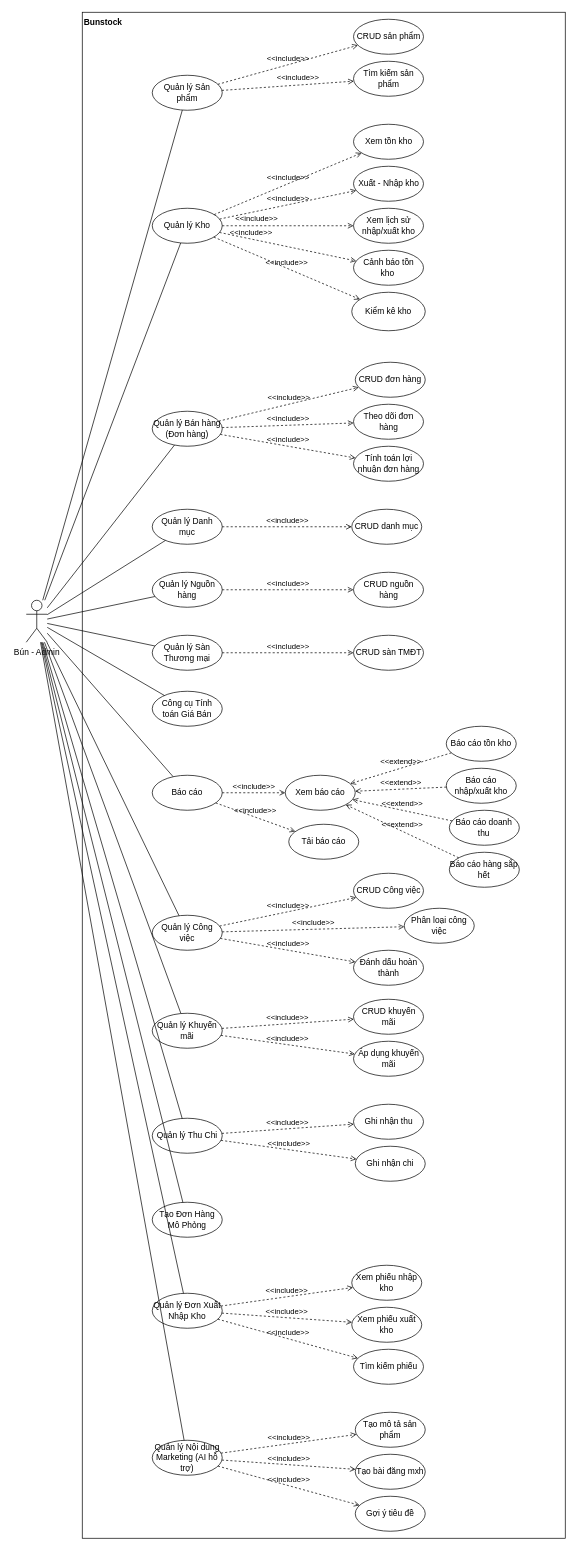
This is page "UC Diagram" (1 of 5) of Docs/Bunstock.drawio from ngoc-anh22/Bunstock, a draw.io file, before an edit. Source tidied: cells renumbered, new cells numbered last; positions are measured from the earlier drawing's top-left corner, leaving out a move shared by most shapes. Both pictures are drawn from the tidied source at 70%, with x=0, y=0 at pixel (26, 12).
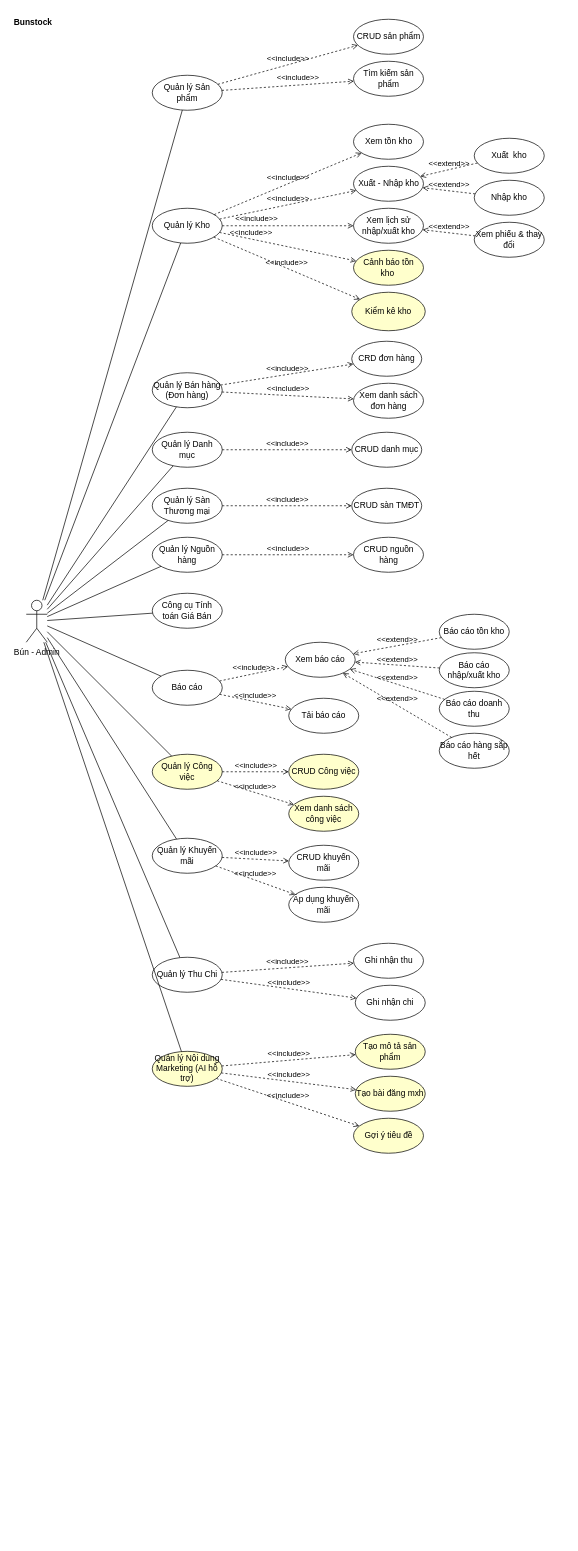
The same diagram, later.

The change refers to these unchanged cells:
```xml
<mxCell id="3" value="Bún - Admin" style="shape=umlActor;verticalLabelPosition=bottom;verticalAlign=top;html=1;outlineConnect=0;" parent="1" vertex="1">
  <mxGeometry y="840" width="30" height="60" as="geometry" />
</mxCell>
<mxCell id="29" value="Xuất - Nhập kho" style="ellipse;whiteSpace=wrap;html=1;" parent="1" vertex="1">
  <mxGeometry x="467.5" y="220" width="100" height="50" as="geometry" />
</mxCell>
<mxCell id="39" value="Xem lịch sử nhập/xuất kho" style="ellipse;whiteSpace=wrap;html=1;" parent="1" vertex="1">
  <mxGeometry x="467.5" y="280" width="100" height="50" as="geometry" />
</mxCell>
```

Diff of the diagram source:
```diff
@@
-    <mxCell id="2" style="rounded=0;whiteSpace=wrap;html=1;" parent="1" vertex="1">
-      <mxGeometry x="80" width="690" height="2180" as="geometry" />
-    </mxCell>
@@
     <mxCell id="4" value="&lt;b&gt;Bunstock&lt;/b&gt;" style="text;html=1;align=center;verticalAlign=middle;whiteSpace=wrap;rounded=0;" parent="1" vertex="1">
-      <mxGeometry x="80" width="60" height="30" as="geometry" />
+      <mxGeometry x="-20" width="60" height="30" as="geometry" />
     </mxCell>
@@
     <mxCell id="7" value="Quản lý Bán hàng (Đơn hàng)" style="ellipse;whiteSpace=wrap;html=1;" parent="1" vertex="1">
-      <mxGeometry x="180" y="570" width="100" height="50" as="geometry" />
+      <mxGeometry x="180" y="515" width="100" height="50" as="geometry" />
     </mxCell>
     <mxCell id="8" value="Quản lý Danh mục" style="ellipse;whiteSpace=wrap;html=1;" parent="1" vertex="1">
-      <mxGeometry x="180" y="710" width="100" height="50" as="geometry" />
+      <mxGeometry x="180" y="600" width="100" height="50" as="geometry" />
     </mxCell>
     <mxCell id="9" value="Quản lý Nguồn hàng" style="ellipse;whiteSpace=wrap;html=1;" parent="1" vertex="1">
-      <mxGeometry x="180" y="800" width="100" height="50" as="geometry" />
+      <mxGeometry x="180" y="750" width="100" height="50" as="geometry" />
     </mxCell>
-    <mxCell id="10" value="Quản lý Công việc" style="ellipse;whiteSpace=wrap;html=1;" parent="1" vertex="1">
-      <mxGeometry x="180" y="1290" width="100" height="50" as="geometry" />
+    <mxCell id="10" value="Quản lý Công việc" style="ellipse;whiteSpace=wrap;html=1;fillColor=#FFFFCC;" parent="1" vertex="1">
+      <mxGeometry x="180" y="1060" width="100" height="50" as="geometry" />
     </mxCell>
     <mxCell id="11" value="Báo cáo" style="ellipse;whiteSpace=wrap;html=1;" parent="1" vertex="1">
-      <mxGeometry x="180" y="1090" width="100" height="50" as="geometry" />
+      <mxGeometry x="180" y="940" width="100" height="50" as="geometry" />
     </mxCell>
     <mxCell id="12" value="Công cụ Tính toán Giá Bán" style="ellipse;whiteSpace=wrap;html=1;" parent="1" vertex="1">
-      <mxGeometry x="180" y="970" width="100" height="50" as="geometry" />
+      <mxGeometry x="180" y="830" width="100" height="50" as="geometry" />
     </mxCell>
     <mxCell id="13" value="Quản lý Sàn Thương mại" style="ellipse;whiteSpace=wrap;html=1;" parent="1" vertex="1">
-      <mxGeometry x="180" y="890" width="100" height="50" as="geometry" />
+      <mxGeometry x="180" y="680" width="100" height="50" as="geometry" />
     </mxCell>
     <mxCell id="14" value="Quản lý Khuyến mãi" style="ellipse;whiteSpace=wrap;html=1;" parent="1" vertex="1">
-      <mxGeometry x="180" y="1430" width="100" height="50" as="geometry" />
+      <mxGeometry x="180" y="1180" width="100" height="50" as="geometry" />
     </mxCell>
     <mxCell id="15" value="Quản lý Thu Chi" style="ellipse;whiteSpace=wrap;html=1;" parent="1" vertex="1">
-      <mxGeometry x="180" y="1580" width="100" height="50" as="geometry" />
+      <mxGeometry x="180" y="1350" width="100" height="50" as="geometry" />
     </mxCell>
-    <mxCell id="16" value="Tạo Đơn Hàng Mô Phỏng" style="ellipse;whiteSpace=wrap;html=1;" parent="1" vertex="1">
-      <mxGeometry x="180" y="1700" width="100" height="50" as="geometry" />
-    </mxCell>
-    <mxCell id="17" value="Quản lý Đơn Xuất Nhập Kho" style="ellipse;whiteSpace=wrap;html=1;" parent="1" vertex="1">
-      <mxGeometry x="180" y="1830" width="100" height="50" as="geometry" />
-    </mxCell>
-    <mxCell id="18" value="Quản lý Nội dung Marketing (AI hỗ trợ)" style="ellipse;whiteSpace=wrap;html=1;" parent="1" vertex="1">
-      <mxGeometry x="180" y="2040" width="100" height="50" as="geometry" />
+    <mxCell id="18" value="Quản lý Nội dung Marketing (AI hỗ trợ)" style="ellipse;whiteSpace=wrap;html=1;fillColor=#FFFFCC;" parent="1" vertex="1">
+      <mxGeometry x="180" y="1484.4" width="100" height="50" as="geometry" />
     </mxCell>
@@
-    <mxCell id="31" style="endArrow=none;html=1;rounded=0;" parent="1" edge="1" source="3" target="17">
-      <mxGeometry relative="1" as="geometry" />
-    </mxCell>
-    <mxCell id="32" style="endArrow=none;html=1;rounded=0;" parent="1" edge="1" source="3" target="16">
-      <mxGeometry relative="1" as="geometry" />
-    </mxCell>
@@
-    <mxCell id="40" value="Cảnh báo tồn kho&amp;nbsp;" style="ellipse;whiteSpace=wrap;html=1;" parent="1" vertex="1">
+    <mxCell id="40" value="Cảnh báo tồn kho&amp;nbsp;" style="ellipse;whiteSpace=wrap;html=1;fillColor=#FFFFCC;" parent="1" vertex="1">
       <mxGeometry x="467.5" y="340" width="100" height="50" as="geometry" />
     </mxCell>
-    <mxCell id="41" value="Kiểm kê kho" style="ellipse;whiteSpace=wrap;html=1;direction=south;" parent="1" vertex="1">
+    <mxCell id="41" value="Kiểm kê kho" style="ellipse;whiteSpace=wrap;html=1;direction=south;fillColor=#FFFFCC;" parent="1" vertex="1">
       <mxGeometry x="465" y="400" width="105" height="55" as="geometry" />
     </mxCell>
@@
-    <mxCell id="49" value="&amp;lt;&amp;lt;include&amp;gt;&amp;gt;" style="html=1;verticalAlign=bottom;labelBackgroundColor=none;endArrow=open;endFill=0;dashed=1;rounded=0;" parent="1" edge="1" source="7" target="55">
-      <mxGeometry relative="1" as="geometry" />
-    </mxCell>
@@
-    <mxCell id="52" value="CRUD đơn hàng" style="ellipse;whiteSpace=wrap;html=1;" parent="1" vertex="1">
-      <mxGeometry x="470" y="500" width="100" height="50" as="geometry" />
+    <mxCell id="52" value="CRD đơn hàng" style="ellipse;whiteSpace=wrap;html=1;" parent="1" vertex="1">
+      <mxGeometry x="465" y="470" width="100" height="50" as="geometry" />
     </mxCell>
@@
-    <mxCell id="54" value="Theo dõi đơn hàng" style="ellipse;whiteSpace=wrap;html=1;" parent="1" vertex="1">
-      <mxGeometry x="467.5" y="560" width="100" height="50" as="geometry" />
+    <mxCell id="54" value="Xem danh sách đơn hàng" style="ellipse;whiteSpace=wrap;html=1;" parent="1" vertex="1">
+      <mxGeometry x="467.5" y="530" width="100" height="50" as="geometry" />
     </mxCell>
-    <mxCell id="55" value="Tính toán lợi nhuận đơn hàng" style="ellipse;whiteSpace=wrap;html=1;" parent="1" vertex="1">
-      <mxGeometry x="467.5" y="620" width="100" height="50" as="geometry" />
-    </mxCell>
     <mxCell id="56" value="CRUD danh mục" style="ellipse;whiteSpace=wrap;html=1;" parent="1" vertex="1">
-      <mxGeometry x="465" y="710" width="100" height="50" as="geometry" />
+      <mxGeometry x="465" y="600" width="100" height="50" as="geometry" />
     </mxCell>
     <mxCell id="57" value="CRUD nguồn hàng" style="ellipse;whiteSpace=wrap;html=1;" parent="1" vertex="1">
-      <mxGeometry x="467.5" y="800" width="100" height="50" as="geometry" />
+      <mxGeometry x="467.5" y="750" width="100" height="50" as="geometry" />
     </mxCell>
     <mxCell id="58" value="CRUD sàn TMĐT" style="ellipse;whiteSpace=wrap;html=1;" parent="1" vertex="1">
-      <mxGeometry x="467.5" y="890" width="100" height="50" as="geometry" />
+      <mxGeometry x="465" y="680" width="100" height="50" as="geometry" />
     </mxCell>
-    <mxCell id="59" value="&amp;lt;&amp;lt;include&amp;gt;&amp;gt;" style="html=1;verticalAlign=bottom;labelBackgroundColor=none;endArrow=open;endFill=0;dashed=1;rounded=0;" parent="1" edge="1" source="17" target="85">
-      <mxGeometry relative="1" as="geometry" />
-    </mxCell>
@@
-    <mxCell id="65" value="&amp;lt;&amp;lt;include&amp;gt;&amp;gt;" style="html=1;verticalAlign=bottom;labelBackgroundColor=none;endArrow=open;endFill=0;dashed=1;rounded=0;" parent="1" edge="1" source="17" target="89">
-      <mxGeometry relative="1" as="geometry" />
-    </mxCell>
-    <mxCell id="66" value="&amp;lt;&amp;lt;include&amp;gt;&amp;gt;" style="html=1;verticalAlign=bottom;labelBackgroundColor=none;endArrow=open;endFill=0;dashed=1;rounded=0;" parent="1" edge="1" source="17" target="88">
-      <mxGeometry relative="1" as="geometry" />
-    </mxCell>
@@
-    <mxCell id="69" value="&amp;lt;&amp;lt;include&amp;gt;&amp;gt;" style="html=1;verticalAlign=bottom;labelBackgroundColor=none;endArrow=open;endFill=0;dashed=1;rounded=0;" parent="1" edge="1" source="10" target="82">
-      <mxGeometry relative="1" as="geometry" />
-    </mxCell>
@@
     <mxCell id="72" value="Báo cáo doanh thu" style="ellipse;whiteSpace=wrap;html=1;" parent="1" vertex="1">
-      <mxGeometry x="604.4" y="1140" width="100" height="50" as="geometry" />
+      <mxGeometry x="590" y="970" width="100" height="50" as="geometry" />
     </mxCell>
     <mxCell id="73" value="Xem báo cáo" style="ellipse;whiteSpace=wrap;html=1;" parent="1" vertex="1">
-      <mxGeometry x="370" y="1090" width="100" height="50" as="geometry" />
+      <mxGeometry x="370" y="900" width="100" height="50" as="geometry" />
     </mxCell>
     <mxCell id="74" value="Báo cáo tồn kho" style="ellipse;whiteSpace=wrap;html=1;" parent="1" vertex="1">
-      <mxGeometry x="600" y="1020" width="100" height="50" as="geometry" />
+      <mxGeometry x="590" y="860" width="100" height="50" as="geometry" />
     </mxCell>
     <mxCell id="75" value="Báo cáo nhập/xuất kho" style="ellipse;whiteSpace=wrap;html=1;" parent="1" vertex="1">
-      <mxGeometry x="600" y="1080" width="100" height="50" as="geometry" />
+      <mxGeometry x="590" y="915" width="100" height="50" as="geometry" />
     </mxCell>
     <mxCell id="76" value="Báo cáo hàng sắp hết" style="ellipse;whiteSpace=wrap;html=1;" parent="1" vertex="1">
-      <mxGeometry x="604.4" y="1200" width="100" height="50" as="geometry" />
+      <mxGeometry x="590" y="1030" width="100" height="50" as="geometry" />
     </mxCell>
@@
-    <mxCell id="81" value="CRUD Công việc" style="ellipse;whiteSpace=wrap;html=1;" parent="1" vertex="1">
-      <mxGeometry x="467.5" y="1230" width="100" height="50" as="geometry" />
+    <mxCell id="81" value="CRUD Công việc" style="ellipse;whiteSpace=wrap;html=1;fillColor=#FFFFCC;" parent="1" vertex="1">
+      <mxGeometry x="375" y="1060" width="100" height="50" as="geometry" />
     </mxCell>
-    <mxCell id="82" value="Đánh dấu hoàn thành" style="ellipse;whiteSpace=wrap;html=1;" parent="1" vertex="1">
-      <mxGeometry x="467.5" y="1340" width="100" height="50" as="geometry" />
-    </mxCell>
     <mxCell id="83" value="CRUD khuyến mãi" style="ellipse;whiteSpace=wrap;html=1;" parent="1" vertex="1">
-      <mxGeometry x="467.5" y="1410" width="100" height="50" as="geometry" />
+      <mxGeometry x="375" y="1190" width="100" height="50" as="geometry" />
     </mxCell>
     <mxCell id="84" value="Áp dụng khuyến mãi" style="ellipse;whiteSpace=wrap;html=1;" parent="1" vertex="1">
-      <mxGeometry x="467.5" y="1470" width="100" height="50" as="geometry" />
+      <mxGeometry x="375" y="1250" width="100" height="50" as="geometry" />
     </mxCell>
-    <mxCell id="85" value="Xem phiếu nhập kho" style="ellipse;whiteSpace=wrap;html=1;" parent="1" vertex="1">
-      <mxGeometry x="465" y="1790" width="100" height="50" as="geometry" />
-    </mxCell>
     <mxCell id="86" value="Ghi nhận chi" style="ellipse;whiteSpace=wrap;html=1;" parent="1" vertex="1">
-      <mxGeometry x="470" y="1620" width="100" height="50" as="geometry" />
+      <mxGeometry x="470" y="1390" width="100" height="50" as="geometry" />
     </mxCell>
     <mxCell id="87" value="Ghi nhận thu" style="ellipse;whiteSpace=wrap;html=1;" parent="1" vertex="1">
-      <mxGeometry x="467.5" y="1560" width="100" height="50" as="geometry" />
+      <mxGeometry x="467.5" y="1330" width="100" height="50" as="geometry" />
     </mxCell>
-    <mxCell id="88" value="Xem phiếu xuất kho" style="ellipse;whiteSpace=wrap;html=1;" parent="1" vertex="1">
-      <mxGeometry x="465" y="1850" width="100" height="50" as="geometry" />
-    </mxCell>
-    <mxCell id="89" value="Tìm kiếm phiếu" style="ellipse;whiteSpace=wrap;html=1;" parent="1" vertex="1">
-      <mxGeometry x="467.5" y="1910" width="100" height="50" as="geometry" />
-    </mxCell>
-    <mxCell id="90" value="Gợi ý tiêu đề" style="ellipse;whiteSpace=wrap;html=1;" parent="1" vertex="1">
-      <mxGeometry x="470" y="2120" width="100" height="50" as="geometry" />
+    <mxCell id="90" value="Gợi ý tiêu đề" style="ellipse;whiteSpace=wrap;html=1;fillColor=#FFFFCC;" parent="1" vertex="1">
+      <mxGeometry x="467.5" y="1580" width="100" height="50" as="geometry" />
     </mxCell>
-    <mxCell id="91" value="Tạo bài đăng mxh" style="ellipse;whiteSpace=wrap;html=1;" parent="1" vertex="1">
-      <mxGeometry x="470" y="2060" width="100" height="50" as="geometry" />
+    <mxCell id="91" value="Tạo bài đăng mxh" style="ellipse;whiteSpace=wrap;html=1;fillColor=#FFFFCC;" parent="1" vertex="1">
+      <mxGeometry x="470" y="1520" width="100" height="50" as="geometry" />
     </mxCell>
-    <mxCell id="92" value="Tạo mô tả sản phẩm" style="ellipse;whiteSpace=wrap;html=1;" parent="1" vertex="1">
-      <mxGeometry x="470" y="2000" width="100" height="50" as="geometry" />
+    <mxCell id="92" value="Tạo mô tả sản phẩm" style="ellipse;whiteSpace=wrap;html=1;fillColor=#FFFFCC;" parent="1" vertex="1">
+      <mxGeometry x="470" y="1460" width="100" height="50" as="geometry" />
     </mxCell>
     <mxCell id="93" value="Tải báo cáo" style="ellipse;whiteSpace=wrap;html=1;" parent="1" vertex="1">
-      <mxGeometry x="375" y="1160" width="100" height="50" as="geometry" />
+      <mxGeometry x="375" y="980" width="100" height="50" as="geometry" />
     </mxCell>
@@
-    <mxCell id="95" value="Phân loại công việc" style="ellipse;whiteSpace=wrap;html=1;" parent="1" vertex="1">
-      <mxGeometry x="540" y="1280" width="100" height="50" as="geometry" />
+    <mxCell id="95" value="Xem danh sách công việc" style="ellipse;whiteSpace=wrap;html=1;fillColor=#FFFFCC;" parent="1" vertex="1">
+      <mxGeometry x="375" y="1120" width="100" height="50" as="geometry" />
     </mxCell>
@@
+    <mxCell id="97" value="Xuất&amp;nbsp; kho" style="ellipse;whiteSpace=wrap;html=1;" parent="1" vertex="1">
+      <mxGeometry x="640" y="180" width="100" height="50" as="geometry" />
+    </mxCell>
+    <mxCell id="98" value="Nhập kho" style="ellipse;whiteSpace=wrap;html=1;" parent="1" vertex="1">
+      <mxGeometry x="640" y="240" width="100" height="50" as="geometry" />
+    </mxCell>
+    <mxCell id="99" value="&amp;lt;&amp;lt;extend&amp;gt;&amp;gt;" style="html=1;verticalAlign=bottom;labelBackgroundColor=none;endArrow=open;endFill=0;dashed=1;rounded=0;" parent="1" edge="1" source="97" target="29">
+      <mxGeometry relative="1" as="geometry" />
+    </mxCell>
+    <mxCell id="100" value="&amp;lt;&amp;lt;extend&amp;gt;&amp;gt;" style="html=1;verticalAlign=bottom;labelBackgroundColor=none;endArrow=open;endFill=0;dashed=1;rounded=0;" parent="1" edge="1" source="98" target="29">
+      <mxGeometry relative="1" as="geometry" />
+    </mxCell>
+    <mxCell id="101" value="Xem phiếu &amp;amp; thay đổi" style="ellipse;whiteSpace=wrap;html=1;" parent="1" vertex="1">
+      <mxGeometry x="640" y="300" width="100" height="50" as="geometry" />
+    </mxCell>
+    <mxCell id="102" value="&amp;lt;&amp;lt;extend&amp;gt;&amp;gt;" style="html=1;verticalAlign=bottom;labelBackgroundColor=none;endArrow=open;endFill=0;dashed=1;rounded=0;" parent="1" edge="1" source="101" target="39">
+      <mxGeometry relative="1" as="geometry" />
+    </mxCell>
```
